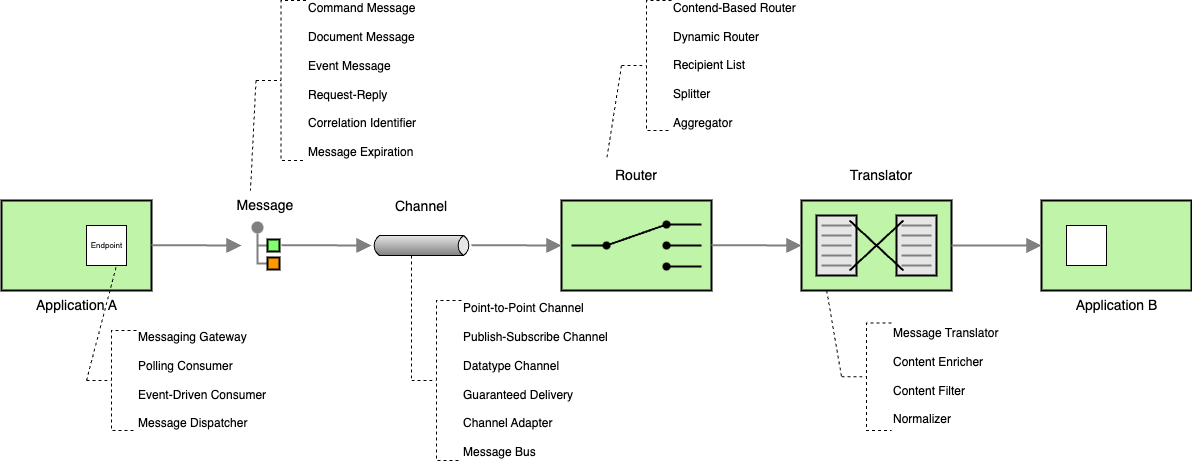
ceedee666/systems-integration keeps this draw.io diagram as lectures/imgs/eip-overview.drawio.png. Above is the earlier version. Source tidied: cells renumbered, new cells last; positions are measured from the earlier drawing's top-left corner, leaving out a move shared by most shapes.
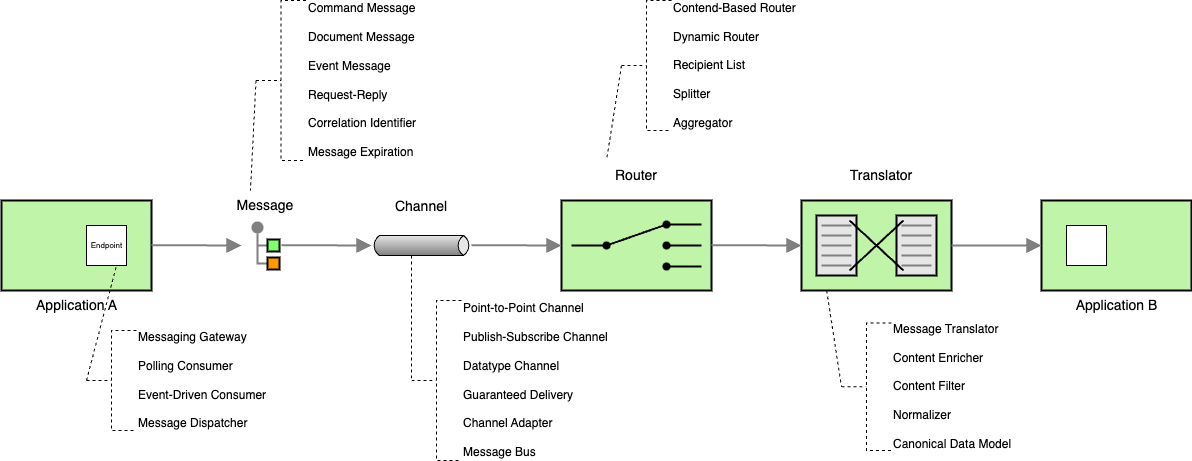
Above is the later version.

The edit, as a diff of the source:
```diff
@@ -101,8 +101,8 @@
     <mxCell id="30" value="&lt;div&gt;Contend-Based Router&lt;/div&gt;&lt;div&gt;&lt;br&gt;&lt;/div&gt;&lt;div&gt;&lt;div&gt;Dynamic Router&amp;nbsp;&lt;/div&gt;&lt;div&gt;&lt;br&gt;&lt;/div&gt;&lt;/div&gt;&lt;div&gt;Recipient List&lt;/div&gt;&lt;div&gt;&lt;br&gt;&lt;/div&gt;&lt;div&gt;Splitter&lt;/div&gt;&lt;div&gt;&lt;br&gt;&lt;/div&gt;&lt;div&gt;Aggregator&lt;/div&gt;" style="html=1;shape=mxgraph.flowchart.annotation_2;align=left;labelPosition=right;dashed=1;" parent="1" vertex="1">
       <mxGeometry x="620" width="50" height="130" as="geometry" />
     </mxCell>
-    <mxCell id="31" value="&lt;div&gt;&lt;span style=&quot;background-color: initial;&quot;&gt;Message Translator&lt;/span&gt;&lt;br&gt;&lt;/div&gt;&lt;div&gt;&lt;br&gt;&lt;/div&gt;&lt;div&gt;Content Enricher&lt;/div&gt;&lt;div&gt;&lt;br&gt;&lt;/div&gt;&lt;div&gt;&lt;div&gt;Content Filter&lt;/div&gt;&lt;div&gt;&lt;br&gt;&lt;/div&gt;&lt;/div&gt;&lt;div&gt;Normalizer&lt;/div&gt;" style="html=1;shape=mxgraph.flowchart.annotation_2;align=left;labelPosition=right;dashed=1;" parent="1" vertex="1">
-      <mxGeometry x="840" y="322.5" width="50" height="107.5" as="geometry" />
+    <mxCell id="31" value="&lt;div&gt;&lt;span style=&quot;background-color: initial;&quot;&gt;Message Translator&lt;/span&gt;&lt;br&gt;&lt;/div&gt;&lt;div&gt;&lt;br&gt;&lt;/div&gt;&lt;div&gt;Content Enricher&lt;/div&gt;&lt;div&gt;&lt;br&gt;&lt;/div&gt;&lt;div&gt;&lt;div&gt;Content Filter&lt;/div&gt;&lt;div&gt;&lt;br&gt;&lt;/div&gt;&lt;/div&gt;&lt;div&gt;Normalizer&lt;/div&gt;&lt;div&gt;&lt;br&gt;&lt;/div&gt;&lt;div&gt;Canonical Data Model&lt;/div&gt;" style="html=1;shape=mxgraph.flowchart.annotation_2;align=left;labelPosition=right;dashed=1;" parent="1" vertex="1">
+      <mxGeometry x="840" y="322.5" width="50" height="127.5" as="geometry" />
     </mxCell>
     <mxCell id="32" style="rounded=0;jettySize=auto;html=1;exitX=0.168;exitY=1;exitDx=0;exitDy=0;exitPerimeter=0;entryX=0;entryY=0.5;entryDx=0;entryDy=0;endArrow=none;endFill=0;dashed=1;entryPerimeter=0;" parent="1" edge="1" source="11" target="31">
       <mxGeometry relative="1" as="geometry" />
```
